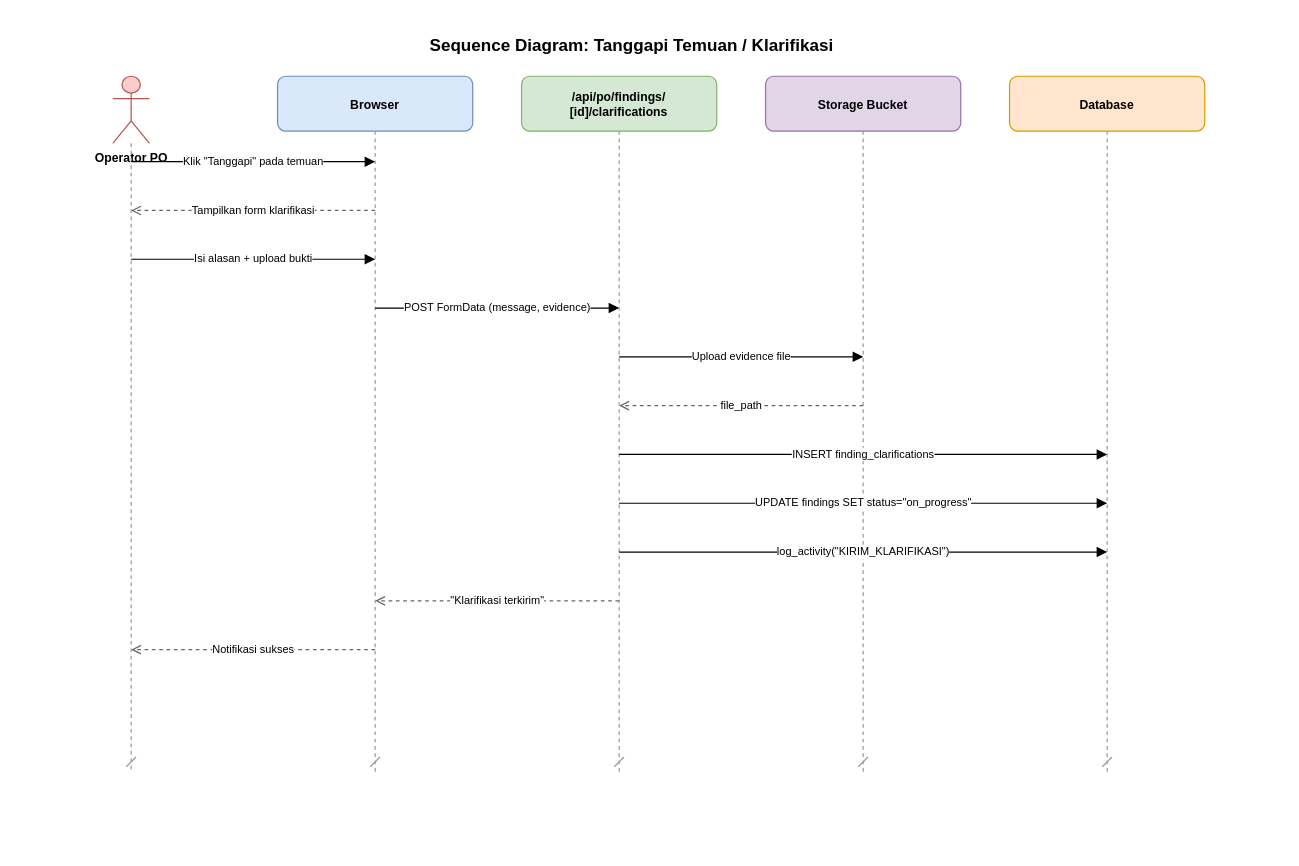
Above: docs/diagrams/sequence/08-sq-tanggapi-temuan.drawio in RyanGLoomy/terminal-iwkbu (draw.io), before the change. Source tidied: cells renumbered, new cells numbered last; positions are measured from the earlier drawing's top-left corner, leaving out a move shared by most shapes. Both pictures are drawn from the tidied source at 122%, with x=0, y=0 at pixel (57, 27).
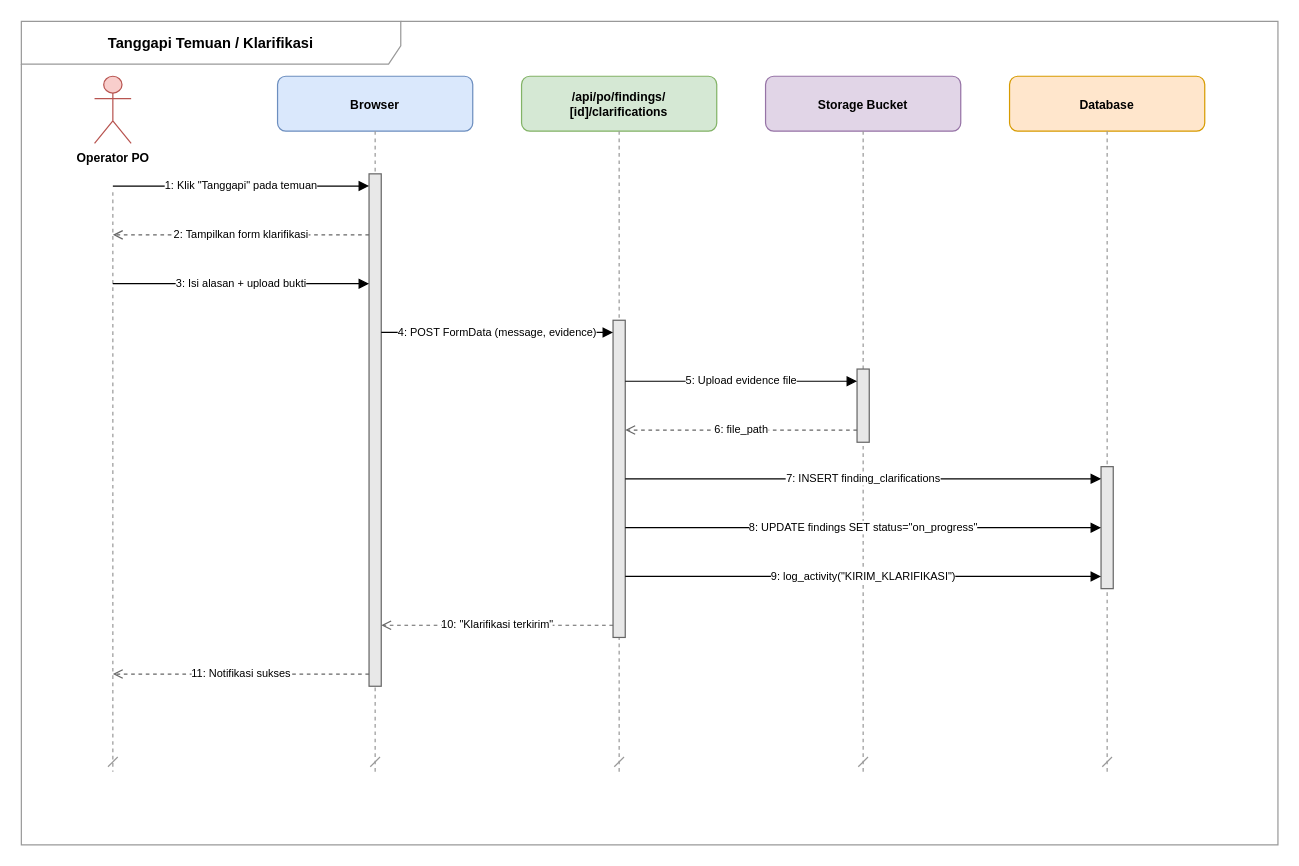
The same page after the edit.

The edit, as a diff of the source:
```diff
@@
-    <mxCell id="2" value="Sequence Diagram: Tanggapi Temuan / Klarifikasi" style="text;html=1;align=center;verticalAlign=middle;fontSize=14;fontStyle=1;strokeColor=none;fillColor=none;" parent="1" vertex="1">
-      <mxGeometry width="940" height="30" as="geometry" />
-    </mxCell>
+    <mxCell id="24" value="Tanggapi Temuan / Klarifikasi" style="shape=umlFrame;whiteSpace=wrap;html=1;fillColor=none;strokeColor=#999999;fontSize=12;fontStyle=1;lightOpacity=50;tabWidth=311;tabHeight=22;width=311;height=35;" parent="1" vertex="1">
+      <mxGeometry x="-30" y="-5" width="1030" height="675" as="geometry" />
+    </mxCell>
     <mxCell id="3" value="Operator PO" style="shape=umlActor;verticalLabelPosition=bottom;verticalAlign=top;html=1;fillColor=#f8cecc;strokeColor=#b85450;fontStyle=1;fontSize=10;" parent="1" vertex="1">
-      <mxGeometry x="45" y="40" width="30" height="55" as="geometry" />
+      <mxGeometry x="30" y="40" width="30" height="55" as="geometry" />
     </mxCell>
     <mxCell id="4" style="endArrow=dash;dashed=1;html=1;strokeWidth=1;strokeColor=#999999;" parent="1" edge="1">
       <mxGeometry relative="1" as="geometry">
-        <mxPoint x="60" y="95" as="sourcePoint" />
-        <mxPoint x="60" y="610" as="targetPoint" />
+        <mxPoint x="45" y="135" as="sourcePoint" />
+        <mxPoint x="45" y="610" as="targetPoint" />
       </mxGeometry>
     </mxCell>
@@
+    <mxCell id="25" style="rounded=0;whiteSpace=wrap;html=1;fillColor=#e8e8e8;strokeColor=#666666;strokeWidth=1;" parent="1" vertex="1">
+      <mxGeometry x="255" y="120" width="10" height="420" as="geometry" />
+    </mxCell>
+    <mxCell id="26" style="rounded=0;whiteSpace=wrap;html=1;fillColor=#e8e8e8;strokeColor=#666666;strokeWidth=1;" parent="1" vertex="1">
+      <mxGeometry x="455" y="240" width="10" height="260" as="geometry" />
+    </mxCell>
+    <mxCell id="27" style="rounded=0;whiteSpace=wrap;html=1;fillColor=#e8e8e8;strokeColor=#666666;strokeWidth=1;" parent="1" vertex="1">
+      <mxGeometry x="655" y="280" width="10" height="60" as="geometry" />
+    </mxCell>
+    <mxCell id="28" style="rounded=0;whiteSpace=wrap;html=1;fillColor=#e8e8e8;strokeColor=#666666;strokeWidth=1;" parent="1" vertex="1">
+      <mxGeometry x="855" y="360" width="10" height="100" as="geometry" />
+    </mxCell>
-    <mxCell id="13" value="Klik &quot;Tanggapi&quot; pada temuan" style="endArrow=block;endFill=1;html=1;fontSize=9;" parent="1" edge="1">
+    <mxCell id="13" value="1: Klik &quot;Tanggapi&quot; pada temuan" style="endArrow=block;endFill=1;html=1;fontSize=9;" parent="1" edge="1">
       <mxGeometry relative="1" as="geometry">
-        <mxPoint x="60" y="110" as="sourcePoint" />
-        <mxPoint x="260" y="110" as="targetPoint" />
+        <mxPoint x="45" y="130" as="sourcePoint" />
+        <mxPoint x="255" y="130" as="targetPoint" />
       </mxGeometry>
     </mxCell>
-    <mxCell id="14" value="Tampilkan form klarifikasi" style="endArrow=open;endFill=0;dashed=1;html=1;fontSize=9;strokeColor=#666666;" parent="1" edge="1">
+    <mxCell id="14" value="2: Tampilkan form klarifikasi" style="endArrow=open;endFill=0;dashed=1;html=1;fontSize=9;strokeColor=#666666;" parent="1" edge="1">
       <mxGeometry relative="1" as="geometry">
-        <mxPoint x="260" y="150" as="sourcePoint" />
-        <mxPoint x="60" y="150" as="targetPoint" />
+        <mxPoint x="255" y="170" as="sourcePoint" />
+        <mxPoint x="45" y="170" as="targetPoint" />
       </mxGeometry>
     </mxCell>
-    <mxCell id="15" value="Isi alasan + upload bukti" style="endArrow=block;endFill=1;html=1;fontSize=9;" parent="1" edge="1">
+    <mxCell id="15" value="3: Isi alasan + upload bukti" style="endArrow=block;endFill=1;html=1;fontSize=9;" parent="1" edge="1">
       <mxGeometry relative="1" as="geometry">
-        <mxPoint x="60" y="190" as="sourcePoint" />
-        <mxPoint x="260" y="190" as="targetPoint" />
+        <mxPoint x="45" y="210" as="sourcePoint" />
+        <mxPoint x="255" y="210" as="targetPoint" />
       </mxGeometry>
     </mxCell>
-    <mxCell id="16" value="POST FormData (message, evidence)" style="endArrow=block;endFill=1;html=1;fontSize=9;" parent="1" edge="1">
+    <mxCell id="16" value="4: POST FormData (message, evidence)" style="endArrow=block;endFill=1;html=1;fontSize=9;" parent="1" edge="1">
       <mxGeometry relative="1" as="geometry">
-        <mxPoint x="260" y="230" as="sourcePoint" />
-        <mxPoint x="460" y="230" as="targetPoint" />
+        <mxPoint x="265" y="250" as="sourcePoint" />
+        <mxPoint x="455" y="250" as="targetPoint" />
       </mxGeometry>
     </mxCell>
-    <mxCell id="17" value="Upload evidence file" style="endArrow=block;endFill=1;html=1;fontSize=9;" parent="1" edge="1">
+    <mxCell id="17" value="5: Upload evidence file" style="endArrow=block;endFill=1;html=1;fontSize=9;" parent="1" edge="1">
       <mxGeometry relative="1" as="geometry">
-        <mxPoint x="460" y="270" as="sourcePoint" />
-        <mxPoint x="660" y="270" as="targetPoint" />
+        <mxPoint x="465" y="290" as="sourcePoint" />
+        <mxPoint x="655" y="290" as="targetPoint" />
       </mxGeometry>
     </mxCell>
-    <mxCell id="18" value="file_path" style="endArrow=open;endFill=0;dashed=1;html=1;fontSize=9;strokeColor=#666666;" parent="1" edge="1">
+    <mxCell id="18" value="6: file_path" style="endArrow=open;endFill=0;dashed=1;html=1;fontSize=9;strokeColor=#666666;" parent="1" edge="1">
       <mxGeometry relative="1" as="geometry">
-        <mxPoint x="660" y="310" as="sourcePoint" />
-        <mxPoint x="460" y="310" as="targetPoint" />
+        <mxPoint x="655" y="330" as="sourcePoint" />
+        <mxPoint x="465" y="330" as="targetPoint" />
       </mxGeometry>
     </mxCell>
-    <mxCell id="19" value="INSERT finding_clarifications" style="endArrow=block;endFill=1;html=1;fontSize=9;" parent="1" edge="1">
+    <mxCell id="19" value="7: INSERT finding_clarifications" style="endArrow=block;endFill=1;html=1;fontSize=9;" parent="1" edge="1">
       <mxGeometry relative="1" as="geometry">
-        <mxPoint x="460" y="350" as="sourcePoint" />
-        <mxPoint x="860" y="350" as="targetPoint" />
+        <mxPoint x="465" y="370" as="sourcePoint" />
+        <mxPoint x="855" y="370" as="targetPoint" />
       </mxGeometry>
     </mxCell>
-    <mxCell id="20" value="UPDATE findings SET status=&quot;on_progress&quot;" style="endArrow=block;endFill=1;html=1;fontSize=9;" parent="1" edge="1">
+    <mxCell id="20" value="8: UPDATE findings SET status=&quot;on_progress&quot;" style="endArrow=block;endFill=1;html=1;fontSize=9;" parent="1" edge="1">
       <mxGeometry relative="1" as="geometry">
-        <mxPoint x="460" y="390" as="sourcePoint" />
-        <mxPoint x="860" y="390" as="targetPoint" />
+        <mxPoint x="465" y="410" as="sourcePoint" />
+        <mxPoint x="855" y="410" as="targetPoint" />
       </mxGeometry>
     </mxCell>
-    <mxCell id="21" value="log_activity(&quot;KIRIM_KLARIFIKASI&quot;)" style="endArrow=block;endFill=1;html=1;fontSize=9;" parent="1" edge="1">
+    <mxCell id="21" value="9: log_activity(&quot;KIRIM_KLARIFIKASI&quot;)" style="endArrow=block;endFill=1;html=1;fontSize=9;" parent="1" edge="1">
       <mxGeometry relative="1" as="geometry">
-        <mxPoint x="460" y="430" as="sourcePoint" />
-        <mxPoint x="860" y="430" as="targetPoint" />
+        <mxPoint x="465" y="450" as="sourcePoint" />
+        <mxPoint x="855" y="450" as="targetPoint" />
       </mxGeometry>
     </mxCell>
-    <mxCell id="22" value="&quot;Klarifikasi terkirim&quot;" style="endArrow=open;endFill=0;dashed=1;html=1;fontSize=9;strokeColor=#666666;" parent="1" edge="1">
+    <mxCell id="22" value="10: &quot;Klarifikasi terkirim&quot;" style="endArrow=open;endFill=0;dashed=1;html=1;fontSize=9;strokeColor=#666666;" parent="1" edge="1">
       <mxGeometry relative="1" as="geometry">
-        <mxPoint x="460" y="470" as="sourcePoint" />
-        <mxPoint x="260" y="470" as="targetPoint" />
+        <mxPoint x="455" y="490" as="sourcePoint" />
+        <mxPoint x="265" y="490" as="targetPoint" />
       </mxGeometry>
     </mxCell>
-    <mxCell id="23" value="Notifikasi sukses" style="endArrow=open;endFill=0;dashed=1;html=1;fontSize=9;strokeColor=#666666;" parent="1" edge="1">
+    <mxCell id="23" value="11: Notifikasi sukses" style="endArrow=open;endFill=0;dashed=1;html=1;fontSize=9;strokeColor=#666666;" parent="1" edge="1">
       <mxGeometry relative="1" as="geometry">
-        <mxPoint x="260" y="510" as="sourcePoint" />
-        <mxPoint x="60" y="510" as="targetPoint" />
+        <mxPoint x="255" y="530" as="sourcePoint" />
+        <mxPoint x="45" y="530" as="targetPoint" />
       </mxGeometry>
     </mxCell>
```
